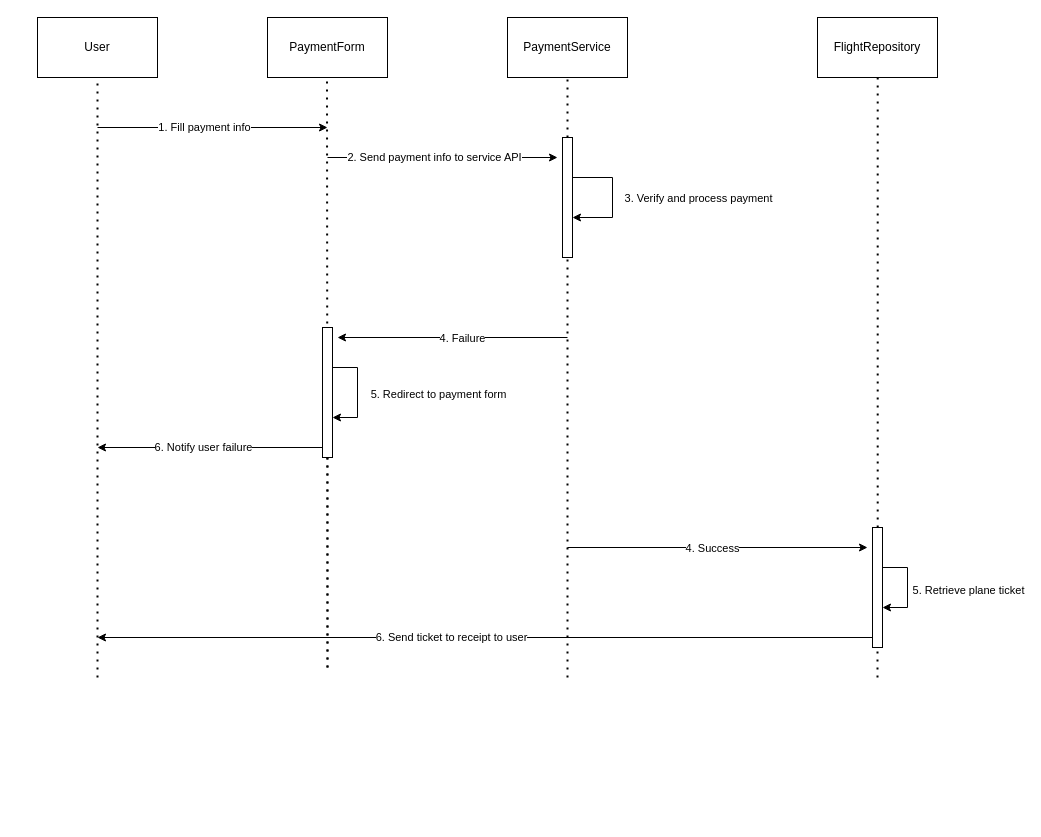
This is page "MakePayment" (2 of 4) of documentation/02 Domain Diagrams/02-4 Sequence Diagrams/Login Sequence Diagram- Pamela.drawio from coreyyangsmith/ensf614-project, a draw.io file, before an edit. Source tidied: cells renumbered, new cells numbered last; positions are measured from the earlier drawing's top-left corner, leaving out a move shared by most shapes. Both pictures are drawn from the tidied source at 100%, with x=0, y=0 at pixel (37, 17).
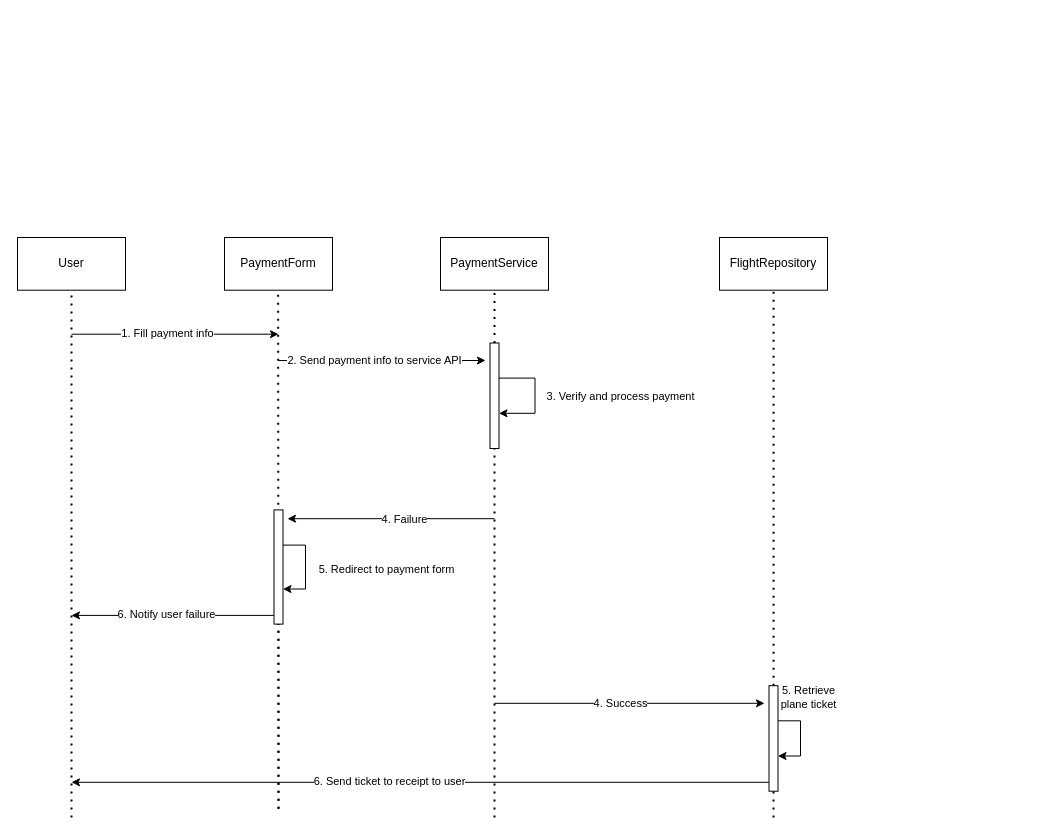
Above is the later version.

Diff of the diagram source:
```diff
@@
+    <mxCell id="34" style="group;" parent="1" vertex="1">
+      <mxGeometry x="-20" y="220" width="810" height="580" as="geometry" />
+    </mxCell>
-    <mxCell id="2" value="User" style="rounded=0;whiteSpace=wrap;html=1;" parent="1" vertex="1">
-      <mxGeometry width="120" height="60" as="geometry" />
+    <mxCell id="2" value="User" style="rounded=0;whiteSpace=wrap;html=1;" parent="34" vertex="1">
+      <mxGeometry width="108" height="52.7" as="geometry" />
     </mxCell>
-    <mxCell id="3" style="endArrow=none;dashed=1;html=1;dashPattern=1 3;strokeWidth=2;rounded=0;entryX=0.5;entryY=1;entryDx=0;entryDy=0;" parent="1" edge="1" target="2">
+    <mxCell id="3" style="endArrow=none;dashed=1;html=1;dashPattern=1 3;strokeWidth=2;rounded=0;entryX=0.5;entryY=1;entryDx=0;entryDy=0;" parent="34" edge="1" target="2">
       <mxGeometry relative="1" as="geometry">
-        <mxPoint x="60" y="660" as="sourcePoint" />
+        <mxPoint x="54" y="580" as="sourcePoint" />
       </mxGeometry>
     </mxCell>
-    <mxCell id="4" value="PaymentForm" style="rounded=0;whiteSpace=wrap;html=1;" parent="1" vertex="1">
-      <mxGeometry x="230" width="120" height="60" as="geometry" />
+    <mxCell id="4" value="PaymentForm" style="rounded=0;whiteSpace=wrap;html=1;" parent="34" vertex="1">
+      <mxGeometry x="207" width="108" height="52.7" as="geometry" />
     </mxCell>
-    <mxCell id="5" style="endArrow=none;dashed=1;html=1;dashPattern=1 3;strokeWidth=2;rounded=0;entryX=0.5;entryY=1;entryDx=0;entryDy=0;" parent="1" edge="1">
+    <mxCell id="5" style="endArrow=none;dashed=1;html=1;dashPattern=1 3;strokeWidth=2;rounded=0;entryX=0.5;entryY=1;entryDx=0;entryDy=0;" parent="34" edge="1">
       <mxGeometry relative="1" as="geometry">
-        <mxPoint x="290" y="650" as="sourcePoint" />
-        <mxPoint x="289.5" y="60" as="targetPoint" />
+        <mxPoint x="261" y="571.2" as="sourcePoint" />
+        <mxPoint x="260.6" y="52.7" as="targetPoint" />
       </mxGeometry>
     </mxCell>
-    <mxCell id="6" style="endArrow=classic;html=1;rounded=0;" parent="1" edge="1">
+    <mxCell id="6" style="endArrow=classic;html=1;rounded=0;" parent="34" edge="1">
       <mxGeometry relative="1" as="geometry">
-        <mxPoint x="60" y="110" as="sourcePoint" />
-        <mxPoint x="290" y="110" as="targetPoint" />
+        <mxPoint x="54" y="96.7" as="sourcePoint" />
+        <mxPoint x="261" y="96.7" as="targetPoint" />
       </mxGeometry>
     </mxCell>
@@
-    <mxCell id="8" value="PaymentService" style="rounded=0;whiteSpace=wrap;html=1;" parent="1" vertex="1">
-      <mxGeometry x="470" width="120" height="60" as="geometry" />
+    <mxCell id="8" value="PaymentService" style="rounded=0;whiteSpace=wrap;html=1;" parent="34" vertex="1">
+      <mxGeometry x="423" width="108" height="52.7" as="geometry" />
     </mxCell>
-    <mxCell id="9" style="endArrow=none;dashed=1;html=1;dashPattern=1 3;strokeWidth=2;rounded=0;" parent="1" edge="1" source="15">
+    <mxCell id="9" style="endArrow=none;dashed=1;html=1;dashPattern=1 3;strokeWidth=2;rounded=0;" parent="34" edge="1" source="15">
       <mxGeometry relative="1" as="geometry">
-        <mxPoint x="530" y="60" as="targetPoint" />
+        <mxPoint x="477" y="52.7" as="targetPoint" />
       </mxGeometry>
     </mxCell>
-    <mxCell id="10" style="endArrow=classic;html=1;rounded=0;" parent="1" edge="1">
+    <mxCell id="10" style="endArrow=classic;html=1;rounded=0;" parent="34" edge="1">
       <mxGeometry relative="1" as="geometry">
-        <mxPoint x="290" y="140" as="sourcePoint" />
-        <mxPoint x="520" y="140" as="targetPoint" />
+        <mxPoint x="261" y="123" as="sourcePoint" />
+        <mxPoint x="468" y="123" as="targetPoint" />
       </mxGeometry>
     </mxCell>
@@
-    <mxCell id="12" style="edgeStyle=orthogonalEdgeStyle;rounded=0;orthogonalLoop=1;jettySize=auto;html=1;curved=0;" parent="1" edge="1" source="15" target="15">
+    <mxCell id="12" style="edgeStyle=orthogonalEdgeStyle;rounded=0;orthogonalLoop=1;jettySize=auto;html=1;curved=0;" parent="34" edge="1" source="15" target="15">
       <mxGeometry relative="1" as="geometry">
         <Array as="points">
-          <mxPoint x="575" y="160" />
-          <mxPoint x="575" y="200" />
+          <mxPoint x="517.5" y="140.6" />
+          <mxPoint x="517.5" y="175.8" />
         </Array>
       </mxGeometry>
     </mxCell>
@@
-    <mxCell id="14" style="endArrow=none;dashed=1;html=1;dashPattern=1 3;strokeWidth=2;rounded=0;entryX=0.5;entryY=1;entryDx=0;entryDy=0;" parent="1" edge="1" target="15">
+    <mxCell id="14" style="endArrow=none;dashed=1;html=1;dashPattern=1 3;strokeWidth=2;rounded=0;entryX=0.5;entryY=1;entryDx=0;entryDy=0;" parent="34" edge="1" target="15">
       <mxGeometry relative="1" as="geometry">
-        <mxPoint x="530" y="660" as="sourcePoint" />
+        <mxPoint x="477" y="580" as="sourcePoint" />
       </mxGeometry>
     </mxCell>
-    <mxCell id="15" style="html=1;points=[[0,0,0,0,5],[0,1,0,0,-5],[1,0,0,0,5],[1,1,0,0,-5]];perimeter=orthogonalPerimeter;outlineConnect=0;targetShapes=umlLifeline;portConstraint=eastwest;newEdgeStyle={&quot;curved&quot;:0,&quot;rounded&quot;:0};" parent="1" vertex="1">
-      <mxGeometry x="525" y="120" width="10" height="120" as="geometry" />
+    <mxCell id="15" style="html=1;points=[[0,0,0,0,5],[0,1,0,0,-5],[1,0,0,0,5],[1,1,0,0,-5]];perimeter=orthogonalPerimeter;outlineConnect=0;targetShapes=umlLifeline;portConstraint=eastwest;newEdgeStyle={&quot;curved&quot;:0,&quot;rounded&quot;:0};" parent="34" vertex="1">
+      <mxGeometry x="472.5" y="105.5" width="9" height="105.5" as="geometry" />
     </mxCell>
-    <mxCell id="16" style="endArrow=classic;html=1;rounded=0;" parent="1" edge="1">
+    <mxCell id="16" style="endArrow=classic;html=1;rounded=0;" parent="34" edge="1">
       <mxGeometry relative="1" as="geometry">
-        <mxPoint x="290" y="430" as="sourcePoint" />
-        <mxPoint x="60" y="430" as="targetPoint" />
+        <mxPoint x="261" y="377.9" as="sourcePoint" />
+        <mxPoint x="54" y="377.9" as="targetPoint" />
       </mxGeometry>
     </mxCell>
@@
-    <mxCell id="18" style="endArrow=none;dashed=1;html=1;dashPattern=1 3;strokeWidth=2;rounded=0;entryX=0.5;entryY=1;entryDx=0;entryDy=0;" parent="1" edge="1">
+    <mxCell id="18" style="endArrow=none;dashed=1;html=1;dashPattern=1 3;strokeWidth=2;rounded=0;entryX=0.5;entryY=1;entryDx=0;entryDy=0;" parent="34" edge="1">
       <mxGeometry relative="1" as="geometry">
-        <mxPoint x="290" y="650" as="sourcePoint" />
-        <mxPoint x="290" y="360" as="targetPoint" />
+        <mxPoint x="261" y="571.2" as="sourcePoint" />
+        <mxPoint x="261" y="316.4" as="targetPoint" />
       </mxGeometry>
     </mxCell>
-    <mxCell id="19" style="endArrow=classic;html=1;rounded=0;" parent="1" edge="1">
+    <mxCell id="19" style="endArrow=classic;html=1;rounded=0;" parent="34" edge="1">
       <mxGeometry relative="1" as="geometry">
-        <mxPoint x="530" y="320" as="sourcePoint" />
-        <mxPoint x="300" y="320" as="targetPoint" />
+        <mxPoint x="477" y="281.2" as="sourcePoint" />
+        <mxPoint x="270" y="281.2" as="targetPoint" />
       </mxGeometry>
     </mxCell>
@@
-    <mxCell id="21" style="html=1;perimeter=orthogonalPerimeter;targetShapes=umlLifeline;newEdgeStyle={&quot;curved&quot;:0,&quot;rounded&quot;:0};" parent="1" vertex="1">
-      <mxGeometry x="285" y="310" width="10" height="130" as="geometry" />
+    <mxCell id="21" style="html=1;perimeter=orthogonalPerimeter;targetShapes=umlLifeline;newEdgeStyle={&quot;curved&quot;:0,&quot;rounded&quot;:0};" parent="34" vertex="1">
+      <mxGeometry x="256.5" y="272.4" width="9" height="114.2" as="geometry" />
     </mxCell>
-    <mxCell id="22" style="edgeStyle=orthogonalEdgeStyle;rounded=0;orthogonalLoop=1;jettySize=auto;html=1;curved=0;" parent="1" edge="1">
+    <mxCell id="22" style="edgeStyle=orthogonalEdgeStyle;rounded=0;orthogonalLoop=1;jettySize=auto;html=1;curved=0;" parent="34" edge="1">
       <mxGeometry relative="1" as="geometry">
-        <mxPoint x="295" y="350" as="sourcePoint" />
-        <mxPoint x="295" y="400" as="targetPoint" />
+        <mxPoint x="265.5" y="307.6" as="sourcePoint" />
+        <mxPoint x="265.5" y="351.5" as="targetPoint" />
         <Array as="points">
-          <mxPoint x="320" y="350" />
-          <mxPoint x="320" y="400" />
+          <mxPoint x="288" y="307.6" />
+          <mxPoint x="288" y="351.5" />
         </Array>
       </mxGeometry>
     </mxCell>
@@
-    <mxCell id="24" style="endArrow=classic;html=1;rounded=0;" parent="1" edge="1">
+    <mxCell id="24" style="endArrow=classic;html=1;rounded=0;" parent="34" edge="1">
       <mxGeometry relative="1" as="geometry">
-        <mxPoint x="835" y="620" as="sourcePoint" />
-        <mxPoint x="60" y="620" as="targetPoint" />
+        <mxPoint x="751.5" y="544.8" as="sourcePoint" />
+        <mxPoint x="54" y="544.8" as="targetPoint" />
       </mxGeometry>
     </mxCell>
@@
-    <mxCell id="26" style="endArrow=classic;html=1;rounded=0;" parent="1" edge="1">
+    <mxCell id="26" style="endArrow=classic;html=1;rounded=0;" parent="34" edge="1">
       <mxGeometry relative="1" as="geometry">
-        <mxPoint x="530" y="530" as="sourcePoint" />
-        <mxPoint x="830" y="530" as="targetPoint" />
+        <mxPoint x="477" y="465.8" as="sourcePoint" />
+        <mxPoint x="747" y="465.8" as="targetPoint" />
       </mxGeometry>
     </mxCell>
@@
-    <mxCell id="28" value="FlightRepository" style="rounded=0;whiteSpace=wrap;html=1;" parent="1" vertex="1">
-      <mxGeometry x="780" width="120" height="60" as="geometry" />
+    <mxCell id="28" value="FlightRepository" style="rounded=0;whiteSpace=wrap;html=1;" parent="34" vertex="1">
+      <mxGeometry x="702" width="108" height="52.7" as="geometry" />
     </mxCell>
-    <mxCell id="29" style="endArrow=none;dashed=1;html=1;dashPattern=1 3;strokeWidth=2;rounded=0;entryX=0.5;entryY=1;entryDx=0;entryDy=0;" parent="1" edge="1" source="33">
+    <mxCell id="29" style="endArrow=none;dashed=1;html=1;dashPattern=1 3;strokeWidth=2;rounded=0;entryX=0.5;entryY=1;entryDx=0;entryDy=0;" parent="34" edge="1" source="33">
       <mxGeometry relative="1" as="geometry">
-        <mxPoint x="840.2" y="60" as="targetPoint" />
+        <mxPoint x="756.1" y="52.7" as="targetPoint" />
       </mxGeometry>
     </mxCell>
-    <mxCell id="30" style="edgeStyle=orthogonalEdgeStyle;rounded=0;orthogonalLoop=1;jettySize=auto;html=1;curved=0;" parent="1" edge="1" source="33" target="33">
+    <mxCell id="30" style="edgeStyle=orthogonalEdgeStyle;rounded=0;orthogonalLoop=1;jettySize=auto;html=1;curved=0;" parent="34" edge="1" source="33" target="33">
       <mxGeometry relative="1" as="geometry">
         <Array as="points">
-          <mxPoint x="870" y="550" />
-          <mxPoint x="870" y="590" />
+          <mxPoint x="783" y="483.3" />
+          <mxPoint x="783" y="518.5" />
         </Array>
       </mxGeometry>
     </mxCell>
-    <mxCell id="31" value="5. Retrieve plane ticket" style="edgeLabel;html=1;align=center;verticalAlign=middle;" parent="30" vertex="1">
+    <mxCell id="31" value="5. Retrieve &lt;br&gt;plane ticket" style="edgeLabel;html=1;align=center;verticalAlign=middle;" parent="30" vertex="1">
       <mxGeometry x="-0.19" y="-2" relative="1" as="geometry">
-        <mxPoint x="62" y="11" as="offset" />
+        <mxPoint x="9" y="-33" as="offset" />
       </mxGeometry>
     </mxCell>
-    <mxCell id="32" style="endArrow=none;dashed=1;html=1;dashPattern=1 3;strokeWidth=2;rounded=0;entryX=0.5;entryY=1;entryDx=0;entryDy=0;" parent="1" edge="1" target="33">
+    <mxCell id="32" style="endArrow=none;dashed=1;html=1;dashPattern=1 3;strokeWidth=2;rounded=0;entryX=0.5;entryY=1;entryDx=0;entryDy=0;" parent="34" edge="1" target="33">
       <mxGeometry relative="1" as="geometry">
-        <mxPoint x="840" y="660" as="sourcePoint" />
+        <mxPoint x="756" y="580" as="sourcePoint" />
       </mxGeometry>
     </mxCell>
-    <mxCell id="33" style="html=1;points=[[0,0,0,0,5],[0,1,0,0,-5],[1,0,0,0,5],[1,1,0,0,-5]];perimeter=orthogonalPerimeter;outlineConnect=0;targetShapes=umlLifeline;portConstraint=eastwest;newEdgeStyle={&quot;curved&quot;:0,&quot;rounded&quot;:0};" parent="1" vertex="1">
-      <mxGeometry x="835" y="510" width="10" height="120" as="geometry" />
+    <mxCell id="33" style="html=1;points=[[0,0,0,0,5],[0,1,0,0,-5],[1,0,0,0,5],[1,1,0,0,-5]];perimeter=orthogonalPerimeter;outlineConnect=0;targetShapes=umlLifeline;portConstraint=eastwest;newEdgeStyle={&quot;curved&quot;:0,&quot;rounded&quot;:0};" parent="34" vertex="1">
+      <mxGeometry x="751.5" y="448.2" width="9" height="105.5" as="geometry" />
     </mxCell>
```
